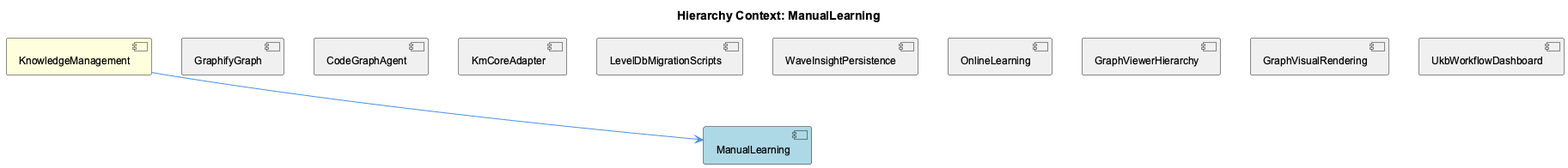
fwornle/coding keeps this PlantUML diagram as knowledge-management/insights/images/manual-learning-relationship.png. Above is the earlier version.
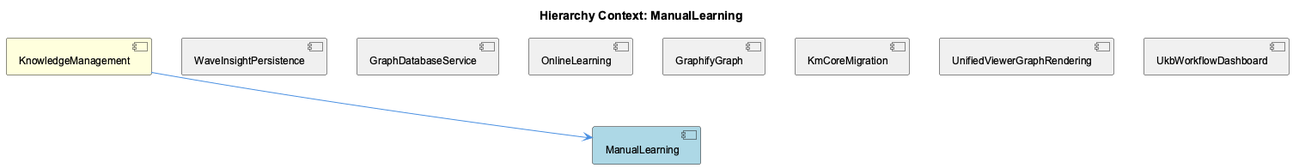
The same file after the commit.

The edit, as a diff of the source:
```diff
@@ -5,25 +5,21 @@
 
 [KnowledgeManagement] as knowledge_management #FFFFDD
 [ManualLearning] as manual_learning #LightBlue
+[WaveInsightPersistence] as wave_insight_persistence #F0F0F0
+[GraphDatabaseService] as graph_database_service #F0F0F0
+[OnlineLearning] as online_learning #F0F0F0
 [GraphifyGraph] as graphify_graph #F0F0F0
-[CodeGraphAgent] as code_graph_agent #F0F0F0
-[KmCoreAdapter] as km_core_adapter #F0F0F0
-[LevelDbMigrationScripts] as level_db_migration_scripts #F0F0F0
-[WaveInsightPersistence] as wave_insight_persistence #F0F0F0
-[OnlineLearning] as online_learning #F0F0F0
-[GraphViewerHierarchy] as graph_viewer_hierarchy #F0F0F0
-[GraphVisualRendering] as graph_visual_rendering #F0F0F0
+[KmCoreMigration] as km_core_migration #F0F0F0
+[UnifiedViewerGraphRendering] as unified_viewer_graph_rendering #F0F0F0
 [UkbWorkflowDashboard] as ukb_workflow_dashboard #F0F0F0
 
 knowledge_management --> manual_learning
+wave_insight_persistence -[hidden]- manual_learning
+graph_database_service -[hidden]- manual_learning
+online_learning -[hidden]- manual_learning
 graphify_graph -[hidden]- manual_learning
-code_graph_agent -[hidden]- manual_learning
-km_core_adapter -[hidden]- manual_learning
-level_db_migration_scripts -[hidden]- manual_learning
-wave_insight_persistence -[hidden]- manual_learning
-online_learning -[hidden]- manual_learning
-graph_viewer_hierarchy -[hidden]- manual_learning
-graph_visual_rendering -[hidden]- manual_learning
+km_core_migration -[hidden]- manual_learning
+unified_viewer_graph_rendering -[hidden]- manual_learning
 ukb_workflow_dashboard -[hidden]- manual_learning
 
 @enduml
```
